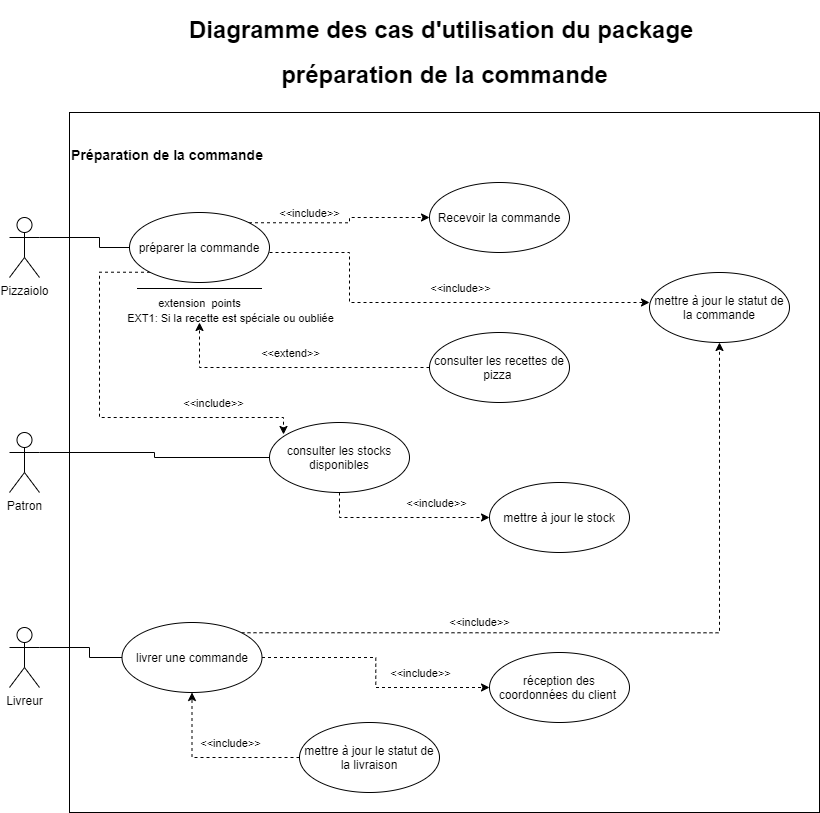
Above: Spécifications fonctionnelles/Diagrammes/diagramme de préparation de commande.png in HBaraa/P4_OC-pizza (draw.io), before the change. Source tidied: cells renumbered, new cells last; positions are measured from the earlier drawing's top-left corner, leaving out a move shared by most shapes. The source it was exported from:
```xml
<mxGraphModel>
  <root>
    <mxCell id="0" />
    <mxCell id="1" parent="0" />
    <mxCell id="2" value="&lt;h3&gt;Préparation de la commande&lt;/h3&gt;&lt;div&gt;&lt;br&gt;&lt;/div&gt;&lt;div&gt;&lt;br&gt;&lt;/div&gt;&lt;div&gt;&lt;br&gt;&lt;/div&gt;&lt;div&gt;&lt;br&gt;&lt;/div&gt;&lt;div&gt;&lt;br&gt;&lt;/div&gt;&lt;div&gt;&lt;br&gt;&lt;/div&gt;&lt;div&gt;&lt;br&gt;&lt;/div&gt;&lt;div&gt;&lt;br&gt;&lt;/div&gt;&lt;div&gt;&lt;br&gt;&lt;/div&gt;&lt;div&gt;&lt;br&gt;&lt;/div&gt;&lt;div&gt;&lt;br&gt;&lt;/div&gt;&lt;div&gt;&lt;br&gt;&lt;/div&gt;&lt;div&gt;&lt;br&gt;&lt;/div&gt;&lt;div&gt;&lt;br&gt;&lt;/div&gt;&lt;div&gt;&lt;br&gt;&lt;/div&gt;&lt;div&gt;&lt;br&gt;&lt;/div&gt;&lt;div&gt;&lt;br&gt;&lt;/div&gt;&lt;div&gt;&lt;br&gt;&lt;/div&gt;&lt;div&gt;&lt;br&gt;&lt;/div&gt;&lt;div&gt;&lt;br&gt;&lt;/div&gt;&lt;div&gt;&lt;br&gt;&lt;/div&gt;&lt;div&gt;&lt;br&gt;&lt;/div&gt;&lt;div&gt;&lt;br&gt;&lt;/div&gt;&lt;div&gt;&lt;br&gt;&lt;/div&gt;&lt;div&gt;&lt;br&gt;&lt;/div&gt;&lt;div&gt;&lt;br&gt;&lt;/div&gt;&lt;div&gt;&lt;br&gt;&lt;/div&gt;&lt;div&gt;&lt;br&gt;&lt;/div&gt;&lt;div&gt;&lt;br&gt;&lt;/div&gt;&lt;div&gt;&lt;br&gt;&lt;/div&gt;&lt;div&gt;&lt;br&gt;&lt;/div&gt;&lt;div&gt;&lt;br&gt;&lt;/div&gt;&lt;div&gt;&lt;br&gt;&lt;/div&gt;&lt;div&gt;&lt;br&gt;&lt;/div&gt;&lt;div&gt;&lt;br&gt;&lt;/div&gt;&lt;div&gt;&lt;br&gt;&lt;/div&gt;&lt;div&gt;&lt;br&gt;&lt;/div&gt;&lt;div&gt;&lt;br&gt;&lt;/div&gt;&lt;div&gt;&lt;br&gt;&lt;/div&gt;&lt;div&gt;&lt;br&gt;&lt;/div&gt;&lt;div&gt;&lt;br&gt;&lt;/div&gt;&lt;div&gt;&lt;br&gt;&lt;/div&gt;&lt;div&gt;&lt;br&gt;&lt;/div&gt;&lt;div&gt;&lt;br&gt;&lt;/div&gt;" style="html=1;align=left;" parent="1" vertex="1">
      <mxGeometry x="60" y="100" width="750" height="700" as="geometry" />
    </mxCell>
    <mxCell id="3" style="edgeStyle=orthogonalEdgeStyle;rounded=0;jettySize=auto;html=1;exitX=1;exitY=0.3333333333333333;exitDx=0;exitDy=0;exitPerimeter=0;entryX=0;entryY=0.5;entryDx=0;entryDy=0;endArrow=none;endFill=0;" parent="1" edge="1" source="4" target="17">
      <mxGeometry relative="1" as="geometry">
        <Array as="points">
          <mxPoint x="90" y="225" />
          <mxPoint x="90" y="235" />
        </Array>
      </mxGeometry>
    </mxCell>
    <mxCell id="4" value="Pizzaiolo" style="shape=umlActor;verticalLabelPosition=bottom;verticalAlign=top;html=1;" parent="1" vertex="1">
      <mxGeometry y="205" width="30" height="60" as="geometry" />
    </mxCell>
    <mxCell id="5" style="edgeStyle=orthogonalEdgeStyle;rounded=0;jettySize=auto;html=1;exitX=1;exitY=0.3333333333333333;exitDx=0;exitDy=0;exitPerimeter=0;entryX=0;entryY=0.5;entryDx=0;entryDy=0;endArrow=none;endFill=0;" parent="1" edge="1" source="6" target="26">
      <mxGeometry relative="1" as="geometry" />
    </mxCell>
    <mxCell id="6" value="Patron" style="shape=umlActor;verticalLabelPosition=bottom;verticalAlign=top;html=1;" parent="1" vertex="1">
      <mxGeometry y="420" width="30" height="60" as="geometry" />
    </mxCell>
    <mxCell id="7" style="edgeStyle=orthogonalEdgeStyle;rounded=0;jettySize=auto;html=1;exitX=1;exitY=0.3333333333333333;exitDx=0;exitDy=0;exitPerimeter=0;entryX=0;entryY=0.5;entryDx=0;entryDy=0;endArrow=none;endFill=0;" parent="1" edge="1" source="8" target="32">
      <mxGeometry relative="1" as="geometry">
        <Array as="points">
          <mxPoint x="80" y="635" />
          <mxPoint x="80" y="645" />
        </Array>
      </mxGeometry>
    </mxCell>
    <mxCell id="8" value="Livreur" style="shape=umlActor;verticalLabelPosition=bottom;verticalAlign=top;html=1;" parent="1" vertex="1">
      <mxGeometry y="615" width="30" height="60" as="geometry" />
    </mxCell>
    <mxCell id="9" style="edgeStyle=orthogonalEdgeStyle;rounded=0;orthogonalLoop=1;jettySize=auto;html=1;exitX=1;exitY=0.5;exitDx=0;exitDy=0;entryX=0;entryY=0.5;entryDx=0;entryDy=0;dashed=1;" parent="1" edge="1">
      <mxGeometry relative="1" as="geometry">
        <mxPoint x="260" y="240" as="sourcePoint" />
        <mxPoint x="640" y="290" as="targetPoint" />
        <Array as="points">
          <mxPoint x="340" y="240" />
          <mxPoint x="340" y="290" />
        </Array>
      </mxGeometry>
    </mxCell>
    <mxCell id="10" value="&amp;lt;&amp;lt;include&amp;gt;&amp;gt;" style="edgeLabel;html=1;align=center;verticalAlign=middle;" parent="9" vertex="1">
      <mxGeometry x="-0.2" relative="1" as="geometry">
        <mxPoint x="68" y="-15" as="offset" />
      </mxGeometry>
    </mxCell>
    <mxCell id="11" value="EXT1: Si la recette est spéciale ou oubliée" style="edgeLabel;html=1;align=center;verticalAlign=middle;" parent="9" vertex="1">
      <mxGeometry x="-0.37" y="-5" relative="1" as="geometry">
        <mxPoint x="-125" y="10" as="offset" />
      </mxGeometry>
    </mxCell>
    <mxCell id="12" style="edgeStyle=orthogonalEdgeStyle;rounded=0;jettySize=auto;html=1;exitX=1;exitY=0;exitDx=0;exitDy=0;entryX=0;entryY=0.5;entryDx=0;entryDy=0;dashed=1;" parent="1" edge="1" source="17" target="18">
      <mxGeometry relative="1" as="geometry">
        <Array as="points">
          <mxPoint x="340" y="210" />
          <mxPoint x="340" y="205" />
        </Array>
      </mxGeometry>
    </mxCell>
    <mxCell id="13" value="&amp;lt;&amp;lt;include&amp;gt;&amp;gt;" style="edgeLabel;html=1;align=center;verticalAlign=middle;" parent="12" vertex="1">
      <mxGeometry x="-0.06" y="-1" relative="1" as="geometry">
        <mxPoint x="-27.5" y="-11.3" as="offset" />
      </mxGeometry>
    </mxCell>
    <mxCell id="14" value="extension&amp;nbsp; points" style="edgeLabel;html=1;align=center;verticalAlign=middle;" parent="12" vertex="1">
      <mxGeometry x="0.3" y="-3" relative="1" as="geometry">
        <mxPoint x="-165.2" y="82" as="offset" />
      </mxGeometry>
    </mxCell>
    <mxCell id="15" style="edgeStyle=orthogonalEdgeStyle;rounded=0;jettySize=auto;html=1;exitX=0;exitY=1;exitDx=0;exitDy=0;dashed=1;entryX=0.1;entryY=0.171;entryDx=0;entryDy=0;entryPerimeter=0;" parent="1" edge="1" source="17" target="26">
      <mxGeometry relative="1" as="geometry">
        <Array as="points">
          <mxPoint x="90" y="260" />
          <mxPoint x="90" y="405" />
          <mxPoint x="274" y="405" />
        </Array>
      </mxGeometry>
    </mxCell>
    <mxCell id="16" value="&amp;lt;&amp;lt;include&amp;gt;&amp;gt;" style="edgeLabel;html=1;align=center;verticalAlign=middle;" parent="15" vertex="1">
      <mxGeometry x="0.74" y="1" relative="1" as="geometry">
        <mxPoint x="-35.2" y="-14" as="offset" />
      </mxGeometry>
    </mxCell>
    <mxCell id="17" value="préparer la commande" style="ellipse;whiteSpace=wrap;html=1;" parent="1" vertex="1">
      <mxGeometry x="120" y="200" width="140" height="70" as="geometry" />
    </mxCell>
    <mxCell id="18" value="Recevoir la commande" style="ellipse;whiteSpace=wrap;html=1;" parent="1" vertex="1">
      <mxGeometry x="420" y="170" width="140" height="70" as="geometry" />
    </mxCell>
    <mxCell id="19" value="mettre à jour le statut de la commande" style="ellipse;whiteSpace=wrap;html=1;" parent="1" vertex="1">
      <mxGeometry x="640" y="260" width="140" height="70" as="geometry" />
    </mxCell>
    <mxCell id="20" style="edgeStyle=orthogonalEdgeStyle;rounded=0;jettySize=auto;html=1;exitX=0;exitY=0.5;exitDx=0;exitDy=0;dashed=1;" parent="1" edge="1" source="22">
      <mxGeometry relative="1" as="geometry">
        <mxPoint x="190" y="310" as="targetPoint" />
      </mxGeometry>
    </mxCell>
    <mxCell id="21" value="&amp;lt;&amp;lt;extend&amp;gt;&amp;gt;" style="edgeLabel;html=1;align=center;verticalAlign=middle;" parent="20" vertex="1">
      <mxGeometry x="0.05" y="4" relative="1" as="geometry">
        <mxPoint x="5" y="-19" as="offset" />
      </mxGeometry>
    </mxCell>
    <mxCell id="22" value="consulter les recettes de pizza&amp;nbsp;" style="ellipse;whiteSpace=wrap;html=1;" parent="1" vertex="1">
      <mxGeometry x="420" y="320" width="140" height="70" as="geometry" />
    </mxCell>
    <mxCell id="23" style="line;strokeWidth=1;fillColor=none;align=left;verticalAlign=middle;spacingTop=-1;spacingLeft=3;spacingRight=3;labelPosition=right;" parent="1" vertex="1">
      <mxGeometry x="127.5" y="272" width="125" height="8" as="geometry" />
    </mxCell>
    <mxCell id="24" style="edgeStyle=orthogonalEdgeStyle;rounded=0;jettySize=auto;html=1;exitX=0.5;exitY=1;exitDx=0;exitDy=0;entryX=0;entryY=0.5;entryDx=0;entryDy=0;dashed=1;" parent="1" edge="1" source="26" target="27">
      <mxGeometry relative="1" as="geometry" />
    </mxCell>
    <mxCell id="25" value="&amp;lt;&amp;lt;include&amp;gt;&amp;gt;" style="edgeLabel;html=1;align=center;verticalAlign=middle;" parent="24" vertex="1">
      <mxGeometry x="0.6" y="3" relative="1" as="geometry">
        <mxPoint x="-19" y="-12" as="offset" />
      </mxGeometry>
    </mxCell>
    <mxCell id="26" value="consulter les stocks disponibles" style="ellipse;whiteSpace=wrap;html=1;" parent="1" vertex="1">
      <mxGeometry x="260" y="410" width="140" height="70" as="geometry" />
    </mxCell>
    <mxCell id="27" value="mettre à jour le stock" style="ellipse;whiteSpace=wrap;html=1;" parent="1" vertex="1">
      <mxGeometry x="480" y="470" width="140" height="70" as="geometry" />
    </mxCell>
    <mxCell id="28" style="edgeStyle=orthogonalEdgeStyle;rounded=0;jettySize=auto;html=1;exitX=1;exitY=0;exitDx=0;exitDy=0;endArrow=classic;endFill=1;dashed=1;" parent="1" edge="1" source="32" target="19">
      <mxGeometry relative="1" as="geometry" />
    </mxCell>
    <mxCell id="29" value="&amp;lt;&amp;lt;include&amp;gt;&amp;gt;" style="edgeLabel;html=1;align=center;verticalAlign=middle;" parent="28" vertex="1">
      <mxGeometry x="-0.35" y="-3" relative="1" as="geometry">
        <mxPoint x="-13" y="-13.3" as="offset" />
      </mxGeometry>
    </mxCell>
    <mxCell id="30" style="edgeStyle=orthogonalEdgeStyle;rounded=0;jettySize=auto;html=1;exitX=1;exitY=0.5;exitDx=0;exitDy=0;entryX=0;entryY=0.5;entryDx=0;entryDy=0;dashed=1;endArrow=classic;endFill=1;" parent="1" edge="1" source="32" target="33">
      <mxGeometry relative="1" as="geometry" />
    </mxCell>
    <mxCell id="31" value="&amp;lt;&amp;lt;include&amp;gt;&amp;gt;" style="edgeLabel;html=1;align=center;verticalAlign=middle;" parent="30" vertex="1">
      <mxGeometry x="0.74" relative="1" as="geometry">
        <mxPoint x="-35.5" y="-15" as="offset" />
      </mxGeometry>
    </mxCell>
    <mxCell id="32" value="livrer une commande" style="ellipse;whiteSpace=wrap;html=1;" parent="1" vertex="1">
      <mxGeometry x="112.5" y="610" width="140" height="70" as="geometry" />
    </mxCell>
    <mxCell id="33" value="réception des coordonnées du client&amp;nbsp;" style="ellipse;whiteSpace=wrap;html=1;" parent="1" vertex="1">
      <mxGeometry x="480" y="640" width="140" height="70" as="geometry" />
    </mxCell>
    <mxCell id="34" style="edgeStyle=orthogonalEdgeStyle;rounded=0;jettySize=auto;html=1;exitX=0;exitY=0.5;exitDx=0;exitDy=0;entryX=0.5;entryY=1;entryDx=0;entryDy=0;dashed=1;endArrow=classic;endFill=1;" parent="1" edge="1" source="36" target="32">
      <mxGeometry relative="1" as="geometry" />
    </mxCell>
    <mxCell id="35" value="&amp;lt;&amp;lt;include&amp;gt;&amp;gt;" style="edgeLabel;html=1;align=center;verticalAlign=middle;" parent="34" vertex="1">
      <mxGeometry x="-0.19" y="1" relative="1" as="geometry">
        <mxPoint y="-16" as="offset" />
      </mxGeometry>
    </mxCell>
    <mxCell id="36" value="mettre à jour le statut de la livraison" style="ellipse;whiteSpace=wrap;html=1;" parent="1" vertex="1">
      <mxGeometry x="290" y="710" width="140" height="70" as="geometry" />
    </mxCell>
    <mxCell id="37" value="&lt;h1&gt;Diagramme des cas d'utilisation du package&amp;nbsp;&lt;/h1&gt;&lt;h1&gt;préparation de la commande&lt;/h1&gt;" style="text;html=1;align=center;verticalAlign=middle;" parent="1" vertex="1">
      <mxGeometry x="170" width="530" height="80" as="geometry" />
    </mxCell>
  </root>
</mxGraphModel>
```
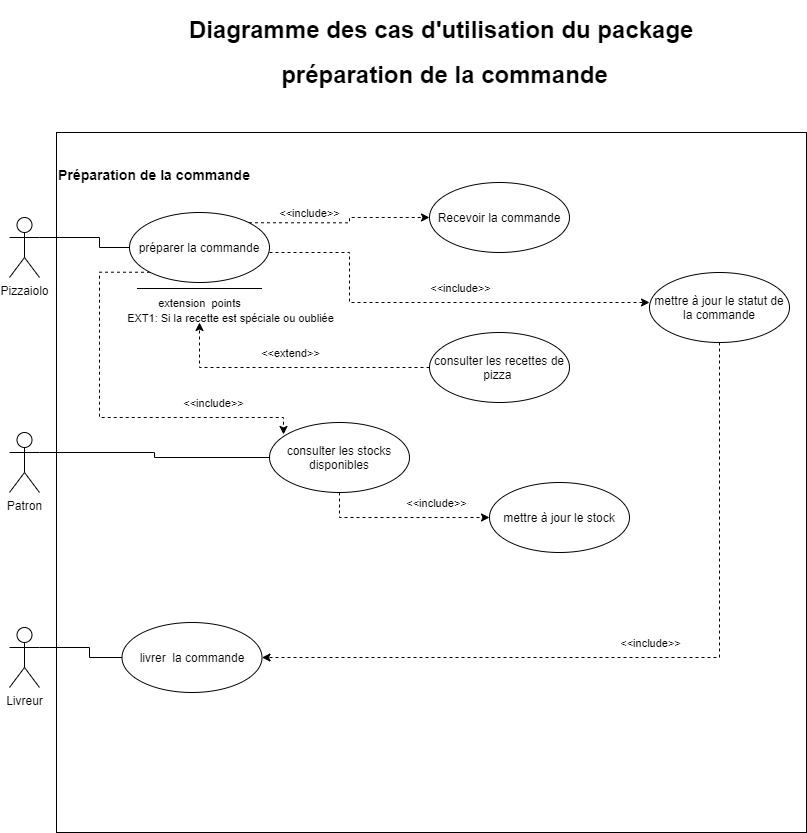
Later version of the same file.

Diff of the diagram source:
```diff
@@ -3,7 +3,7 @@
     <mxCell id="0" />
     <mxCell id="1" parent="0" />
     <mxCell id="2" value="&lt;h3&gt;Préparation de la commande&lt;/h3&gt;&lt;div&gt;&lt;br&gt;&lt;/div&gt;&lt;div&gt;&lt;br&gt;&lt;/div&gt;&lt;div&gt;&lt;br&gt;&lt;/div&gt;&lt;div&gt;&lt;br&gt;&lt;/div&gt;&lt;div&gt;&lt;br&gt;&lt;/div&gt;&lt;div&gt;&lt;br&gt;&lt;/div&gt;&lt;div&gt;&lt;br&gt;&lt;/div&gt;&lt;div&gt;&lt;br&gt;&lt;/div&gt;&lt;div&gt;&lt;br&gt;&lt;/div&gt;&lt;div&gt;&lt;br&gt;&lt;/div&gt;&lt;div&gt;&lt;br&gt;&lt;/div&gt;&lt;div&gt;&lt;br&gt;&lt;/div&gt;&lt;div&gt;&lt;br&gt;&lt;/div&gt;&lt;div&gt;&lt;br&gt;&lt;/div&gt;&lt;div&gt;&lt;br&gt;&lt;/div&gt;&lt;div&gt;&lt;br&gt;&lt;/div&gt;&lt;div&gt;&lt;br&gt;&lt;/div&gt;&lt;div&gt;&lt;br&gt;&lt;/div&gt;&lt;div&gt;&lt;br&gt;&lt;/div&gt;&lt;div&gt;&lt;br&gt;&lt;/div&gt;&lt;div&gt;&lt;br&gt;&lt;/div&gt;&lt;div&gt;&lt;br&gt;&lt;/div&gt;&lt;div&gt;&lt;br&gt;&lt;/div&gt;&lt;div&gt;&lt;br&gt;&lt;/div&gt;&lt;div&gt;&lt;br&gt;&lt;/div&gt;&lt;div&gt;&lt;br&gt;&lt;/div&gt;&lt;div&gt;&lt;br&gt;&lt;/div&gt;&lt;div&gt;&lt;br&gt;&lt;/div&gt;&lt;div&gt;&lt;br&gt;&lt;/div&gt;&lt;div&gt;&lt;br&gt;&lt;/div&gt;&lt;div&gt;&lt;br&gt;&lt;/div&gt;&lt;div&gt;&lt;br&gt;&lt;/div&gt;&lt;div&gt;&lt;br&gt;&lt;/div&gt;&lt;div&gt;&lt;br&gt;&lt;/div&gt;&lt;div&gt;&lt;br&gt;&lt;/div&gt;&lt;div&gt;&lt;br&gt;&lt;/div&gt;&lt;div&gt;&lt;br&gt;&lt;/div&gt;&lt;div&gt;&lt;br&gt;&lt;/div&gt;&lt;div&gt;&lt;br&gt;&lt;/div&gt;&lt;div&gt;&lt;br&gt;&lt;/div&gt;&lt;div&gt;&lt;br&gt;&lt;/div&gt;&lt;div&gt;&lt;br&gt;&lt;/div&gt;&lt;div&gt;&lt;br&gt;&lt;/div&gt;&lt;div&gt;&lt;br&gt;&lt;/div&gt;" style="html=1;align=left;" parent="1" vertex="1">
-      <mxGeometry x="60" y="100" width="750" height="700" as="geometry" />
+      <mxGeometry x="47" y="120" width="750" height="700" as="geometry" />
     </mxCell>
     <mxCell id="3" style="edgeStyle=orthogonalEdgeStyle;rounded=0;jettySize=auto;html=1;exitX=1;exitY=0.3333333333333333;exitDx=0;exitDy=0;exitPerimeter=0;entryX=0;entryY=0.5;entryDx=0;entryDy=0;endArrow=none;endFill=0;" parent="1" edge="1" source="4" target="17">
       <mxGeometry relative="1" as="geometry">
@@ -91,6 +91,14 @@
     <mxCell id="18" value="Recevoir la commande" style="ellipse;whiteSpace=wrap;html=1;" parent="1" vertex="1">
       <mxGeometry x="420" y="170" width="140" height="70" as="geometry" />
     </mxCell>
+    <mxCell id="38" style="edgeStyle=orthogonalEdgeStyle;rounded=0;jettySize=auto;html=1;exitX=0.5;exitY=1;exitDx=0;exitDy=0;entryX=1;entryY=0.5;entryDx=0;entryDy=0;dashed=1;" parent="1" edge="1" source="19" target="32">
+      <mxGeometry relative="1" as="geometry" />
+    </mxCell>
+    <mxCell id="39" value="&amp;lt;&amp;lt;include&amp;gt;&amp;gt;" style="edgeLabel;html=1;align=center;verticalAlign=middle;" parent="38" vertex="1">
+      <mxGeometry x="-0.52" relative="1" as="geometry">
+        <mxPoint x="-70" y="115" as="offset" />
+      </mxGeometry>
+    </mxCell>
     <mxCell id="19" value="mettre à jour le statut de la commande" style="ellipse;whiteSpace=wrap;html=1;" parent="1" vertex="1">
       <mxGeometry x="640" y="260" width="140" height="70" as="geometry" />
     </mxCell>
@@ -124,39 +132,9 @@
     <mxCell id="27" value="mettre à jour le stock" style="ellipse;whiteSpace=wrap;html=1;" parent="1" vertex="1">
       <mxGeometry x="480" y="470" width="140" height="70" as="geometry" />
     </mxCell>
-    <mxCell id="28" style="edgeStyle=orthogonalEdgeStyle;rounded=0;jettySize=auto;html=1;exitX=1;exitY=0;exitDx=0;exitDy=0;endArrow=classic;endFill=1;dashed=1;" parent="1" edge="1" source="32" target="19">
-      <mxGeometry relative="1" as="geometry" />
-    </mxCell>
-    <mxCell id="29" value="&amp;lt;&amp;lt;include&amp;gt;&amp;gt;" style="edgeLabel;html=1;align=center;verticalAlign=middle;" parent="28" vertex="1">
-      <mxGeometry x="-0.35" y="-3" relative="1" as="geometry">
-        <mxPoint x="-13" y="-13.3" as="offset" />
-      </mxGeometry>
-    </mxCell>
-    <mxCell id="30" style="edgeStyle=orthogonalEdgeStyle;rounded=0;jettySize=auto;html=1;exitX=1;exitY=0.5;exitDx=0;exitDy=0;entryX=0;entryY=0.5;entryDx=0;entryDy=0;dashed=1;endArrow=classic;endFill=1;" parent="1" edge="1" source="32" target="33">
-      <mxGeometry relative="1" as="geometry" />
-    </mxCell>
-    <mxCell id="31" value="&amp;lt;&amp;lt;include&amp;gt;&amp;gt;" style="edgeLabel;html=1;align=center;verticalAlign=middle;" parent="30" vertex="1">
-      <mxGeometry x="0.74" relative="1" as="geometry">
-        <mxPoint x="-35.5" y="-15" as="offset" />
-      </mxGeometry>
-    </mxCell>
-    <mxCell id="32" value="livrer une commande" style="ellipse;whiteSpace=wrap;html=1;" parent="1" vertex="1">
+    <mxCell id="32" value="livrer&amp;nbsp; la commande" style="ellipse;whiteSpace=wrap;html=1;" parent="1" vertex="1">
       <mxGeometry x="112.5" y="610" width="140" height="70" as="geometry" />
     </mxCell>
-    <mxCell id="33" value="réception des coordonnées du client&amp;nbsp;" style="ellipse;whiteSpace=wrap;html=1;" parent="1" vertex="1">
-      <mxGeometry x="480" y="640" width="140" height="70" as="geometry" />
-    </mxCell>
-    <mxCell id="34" style="edgeStyle=orthogonalEdgeStyle;rounded=0;jettySize=auto;html=1;exitX=0;exitY=0.5;exitDx=0;exitDy=0;entryX=0.5;entryY=1;entryDx=0;entryDy=0;dashed=1;endArrow=classic;endFill=1;" parent="1" edge="1" source="36" target="32">
-      <mxGeometry relative="1" as="geometry" />
-    </mxCell>
-    <mxCell id="35" value="&amp;lt;&amp;lt;include&amp;gt;&amp;gt;" style="edgeLabel;html=1;align=center;verticalAlign=middle;" parent="34" vertex="1">
-      <mxGeometry x="-0.19" y="1" relative="1" as="geometry">
-        <mxPoint y="-16" as="offset" />
-      </mxGeometry>
-    </mxCell>
-    <mxCell id="36" value="mettre à jour le statut de la livraison" style="ellipse;whiteSpace=wrap;html=1;" parent="1" vertex="1">
-      <mxGeometry x="290" y="710" width="140" height="70" as="geometry" />
-    </mxCell>
     <mxCell id="37" value="&lt;h1&gt;Diagramme des cas d'utilisation du package&amp;nbsp;&lt;/h1&gt;&lt;h1&gt;préparation de la commande&lt;/h1&gt;" style="text;html=1;align=center;verticalAlign=middle;" parent="1" vertex="1">
       <mxGeometry x="170" width="530" height="80" as="geometry" />
     </mxCell>
```
